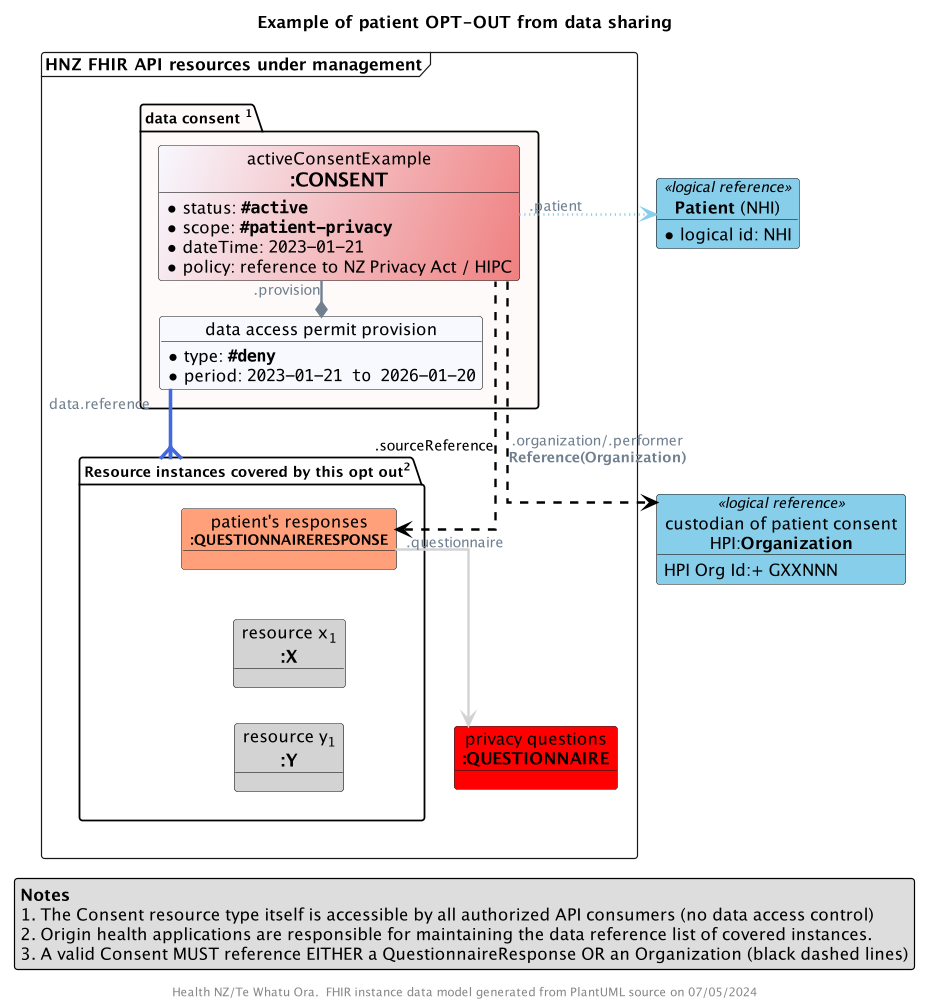
This is input/images/obj-FHIR-data-consent-optout.png from tewhatuora/fhir-rheumatic-fever, a PlantUML export, as it was before one commit.
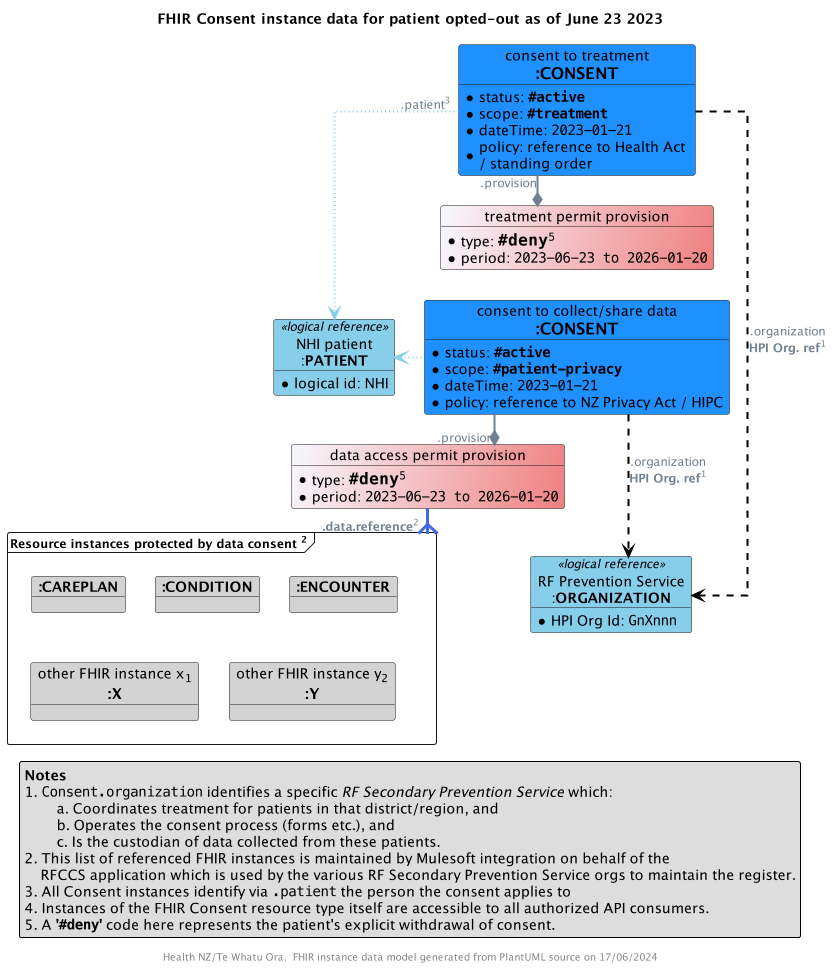
After the commit.

Commit message:
updated FHIR Consent designs

Diff of the diagram source:
```diff
@@ -1,9 +1,9 @@
 @startuml obj-FHIR-data-consent-optout
 
 top to bottom direction
-skinparam dpi 300
+skinparam dpi 200
 allow_mixing
-scale 300 width
+scale 400 width
 
 skinparam ActivityDiamondBackgroundColor #RoyalBlue
 skinparam ArrowColor #SlateGrey
@@ -18,7 +18,7 @@
 skinparam roundcorner 5
 skinparam sequenceArrowThickness 2
 
-title Example of patient OPT-OUT from data sharing
+title FHIR Consent instance data for patient opted-out as of June 23 2023
 
 !procedure $Coding($Alias,$System,$Code,$Display)
   object "<color:GhostWhite>$System" as $Alias #MediumPurple {
@@ -26,58 +26,71 @@
   }
 !endprocedure
 
-frame "HNZ FHIR API resources under management" as HNZMain {
 
-  package "<size:12>data consent <sup>1</sup>" as ACTIVE #Snow {
-
-    object "activeConsentExample\n<size:16>**:CONSENT**" as CONSENT #GhostWhite/LightCoral {
-      * status: ""**#active**""
-      * scope: ""**#patient-privacy**""
-      * dateTime: ""2023-01-21""
-      * policy: reference to NZ Privacy Act / HIPC
-    }
-
-    object "data access permit provision" as DAP #GhostWhite {
-      * type: ""**#deny**""
-      * period: ""2023-01-21 to 2026-01-20""
-    }
-
-  }
-
-  object "privacy questions\n<size:14>**:QUESTIONNAIRE**" as Q #Red
-
-  package "<size:12>Resource instances covered by this opt out<sup>2</sup>" as COVERED {
-    object "patient's responses\n<size:12>**:QUESTIONNAIRERESPONSE**" as QRC #LightSalmon
-    object "resource x<sub>1</sub>\n**<size:15>:X**" as AnyResource #LightGray
-    object "resource y<sub>1</sub>\n**<size:15>:Y**" as AnotherResource #LightGray
-    QRC -[hidden]d- AnyResource
-    AnyResource -[hidden]d- AnotherResource
-  }
-
-
-  DAP "data.reference" -[thickness=3,#RoyalBlue]--{ COVERED
-
+object "consent to treatment\n<size:16>**:CONSENT**" as TREATCONSENT #DodgerBlue {
+  * status: ""**#active**""
+  * scope: ""**#treatment**""
+  * dateTime: ""2023-01-21""
+  * policy: reference to Health Act \n/ standing order
 }
 
-object "**Patient** (NHI)" as Patient <<logical reference>> #SkyBlue {
+object "treatment permit provision" as TAP #GhostWhite/LightCoral  {
+  * type: ""<size:16>**#deny**</size><sup>5</sup>""
+  * period: ""2023-06-23 to 2026-01-20""
+}
+
+object "consent to collect/share data\n<size:16>**:CONSENT**" as DATACONSENT #DodgerBlue {
+  * status: ""**#active**""
+  * scope: ""**#patient-privacy**""
+  * dateTime: ""2023-01-21""
+  * policy: reference to NZ Privacy Act / HIPC
+}
+
+object "data access permit provision" as DAP #GhostWhite/LightCoral  {
+  * type: ""<size:16>**#deny**</size><sup>5</sup>""
+  * period: ""2023-06-23 to 2026-01-20""
+}
+
+frame "<size:12>Resource instances protected by data consent <sup>2</sup>" as COVERED {
+  object "<size:14>**:CAREPLAN**" as R1 #LightGray
+  object "<size:14>**:CONDITION**" as R2 #LightGray
+  object "<size:14>**:ENCOUNTER**" as R3 #LightGray
+  object "other FHIR instance x<sub>1</sub>\n**<size:15>:X**" as Another1 #LightGray
+  object "other FHIR instance y<sub>2</sub>\n**<size:15>:Y**" as Another2 #LightGray
+}
+
+object "NHI patient\n:**PATIENT**" as PATIENT <<logical reference>> #SkyBlue {
   * logical id: NHI
 }
 
-object "custodian of patient consent\nHPI:**Organization**" as HPI <<logical reference>> #SkyBlue {
-  HPI Org Id:+ GXXNNN
+object "RF Prevention Service\n:**ORGANIZATION**" as HPI <<logical reference>> #SkyBlue {
+  * HPI Org Id: ""GnXnnn""
 }
 
-CONSENT -d-* DAP : "".provision""
-CONSENT -[dashed,#Black]l-> QRC: <color:#Black>.sourceReference
-CONSENT ".patient" -[dotted,#SkyBlue]r-> Patient
-CONSENT -[dashed,#Black]---> HPI: .organization/.performer\n**Reference(Organization)**
-QRC ".questionnaire" -[#LightGray]--> Q
+TREATCONSENT -[hidden]d- TAP
+TAP -[hidden]d- DATACONSENT
+
+DAP "**.data.reference**<sup>2</sup>" -[thickness=3,#RoyalBlue]-{ COVERED
+
+TREATCONSENT -[dashed,#Black,norank]---> HPI: .organization\n**HPI Org. ref**<sup>1</sup>
+TREATCONSENT ".patient<sup>3</sup>" -[dotted,#SkyBlue,norank]--> PATIENT
+TREATCONSENT -[norank]-* TAP : "".provision""
+
+DATACONSENT -[dotted,#SkyBlue]l---> PATIENT
+DATACONSENT -d-* DAP : "".provision""
+DATACONSENT -[dashed,#Black]--> HPI: .organization\n**HPI Org. ref**<sup>1</sup>
 
 legend bottom
   **Notes**
-  1. The Consent resource type itself is accessible by all authorized API consumers (no data access control)
-  2. Origin health applications are responsible for maintaining the data reference list of covered instances.
-  3. A valid Consent MUST reference EITHER a QuestionnaireResponse OR an Organization (black dashed lines)
+  1. ""Consent.organization"" identifies a specific //RF Secondary Prevention Service// which:
+      \ta. Coordinates treatment for patients in that district/region, and
+      \tb. Operates the consent process (forms etc.), and
+      \tc. Is the custodian of data collected from these patients.
+  2. This list of referenced FHIR instances is maintained by Mulesoft integration on behalf of the
+      RFCCS application which is used by the various RF Secondary Prevention Service orgs to maintain the register.
+  3. All Consent instances identify via "".patient"" the person the consent applies to
+  4. Instances of the FHIR Consent resource type itself are accessible to all authorized API consumers.
+  5. A **'""#deny""'** code here represents the patient's explicit withdrawal of consent.
 endlegend
 
 
```
